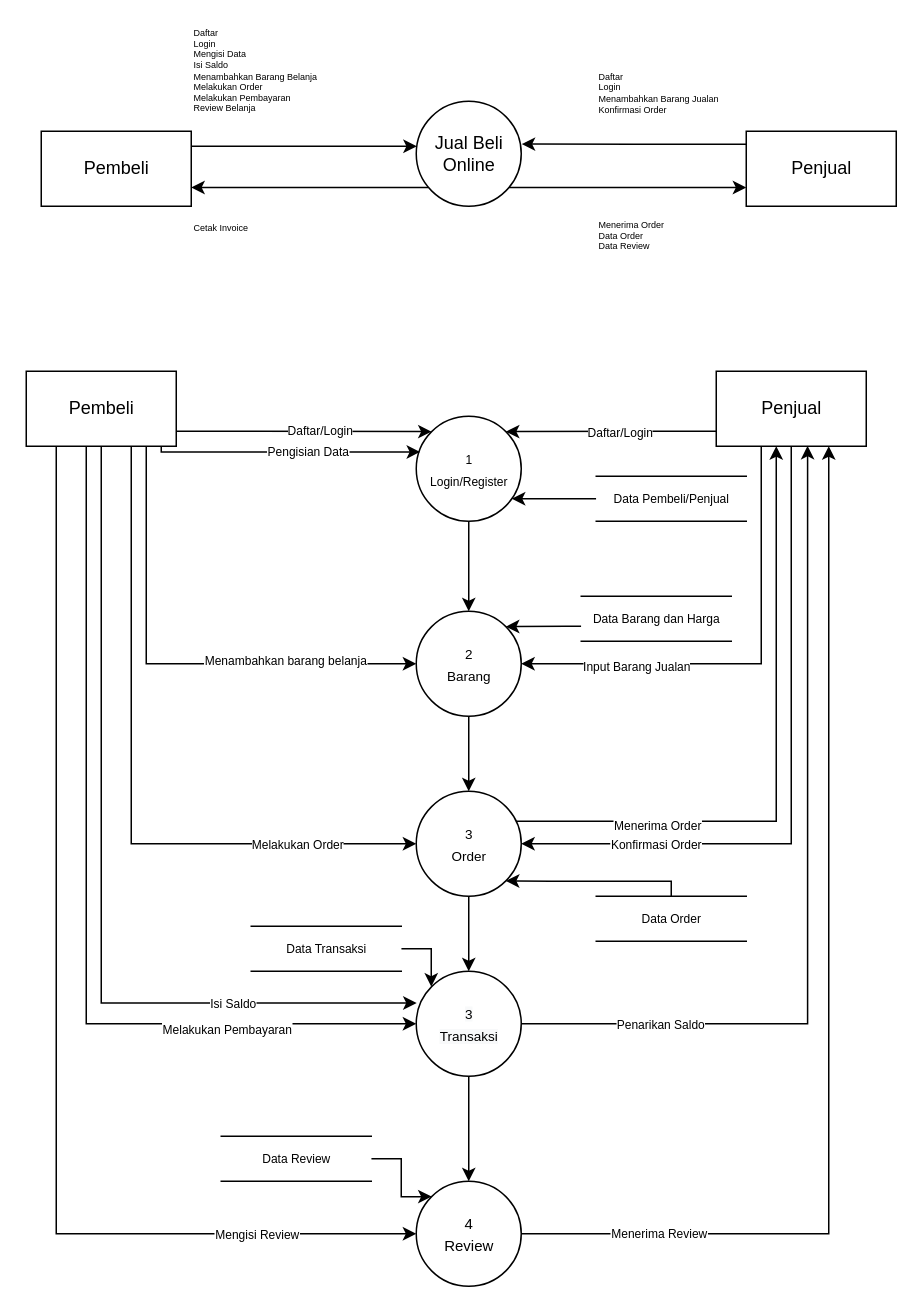
Before: Untitled Diagram.drawio in farrasrayhand/Tugas-Kuliah, a draw.io diagram. Source tidied: cells renumbered, new cells numbered last; positions are measured from the earlier drawing's top-left corner, leaving out a move shared by most shapes. Both pictures are drawn from the tidied source at 150%, with x=0, y=0 at pixel (26, 26).
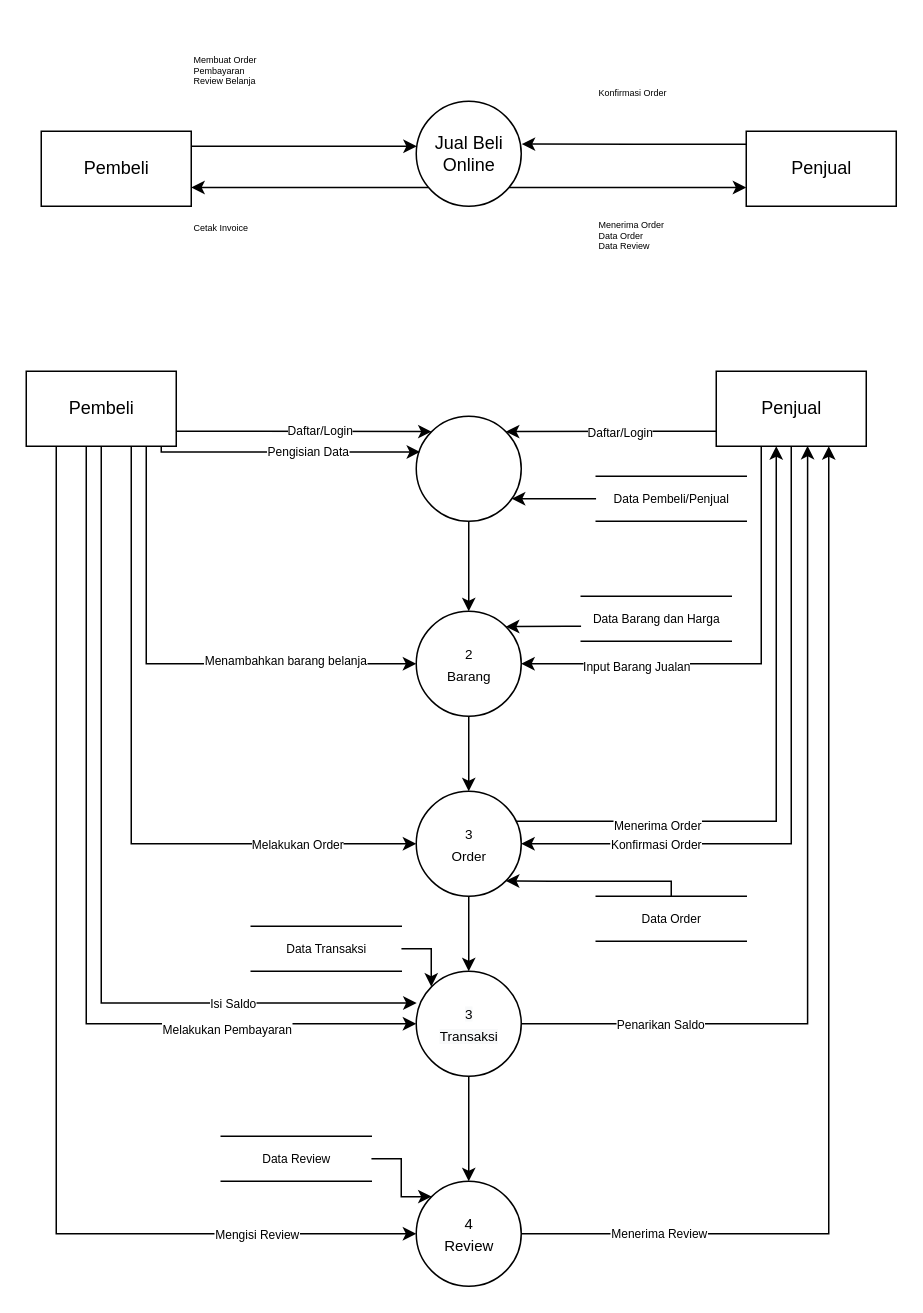
After the change.

What changed in the source:
```diff
@@
-    <mxCell id="9" value="Daftar&lt;br&gt;Login&lt;br&gt;Mengisi Data&lt;br&gt;Isi Saldo&lt;br&gt;Menambahkan Barang Belanja&lt;br&gt;Melakukan Order&lt;br&gt;Melakukan Pembayaran&lt;br&gt;Review Belanja" style="text;html=1;align=left;verticalAlign=middle;strokeColor=none;fillColor=none;fontSize=6;" parent="1" vertex="1">
-      <mxGeometry x="110" width="100" height="60" as="geometry" />
+    <mxCell id="9" value="Membuat Order&lt;br&gt;Pembayaran&lt;br&gt;Review Belanja" style="text;html=1;align=left;verticalAlign=middle;strokeColor=none;fillColor=none;fontSize=6;" parent="1" vertex="1">
+      <mxGeometry x="110" y="15" width="60" height="30" as="geometry" />
     </mxCell>
@@
-    <mxCell id="11" value="Daftar&lt;br&gt;Login&lt;br&gt;Menambahkan Barang Jualan&lt;br&gt;&lt;div&gt;Konfirmasi Order&lt;/div&gt;" style="text;html=1;align=left;verticalAlign=middle;strokeColor=none;fillColor=none;fontSize=6;" parent="1" vertex="1">
-      <mxGeometry x="380" y="30" width="100" height="30" as="geometry" />
+    <mxCell id="11" value="&lt;span&gt;Konfirmasi Order&lt;/span&gt;" style="text;html=1;align=left;verticalAlign=middle;strokeColor=none;fillColor=none;fontSize=6;" parent="1" vertex="1">
+      <mxGeometry x="380" y="40" width="60" height="10" as="geometry" />
     </mxCell>
@@
-    <mxCell id="14" value="&lt;font style=&quot;font-size: 8px&quot;&gt;1&lt;br&gt;Login/Register&lt;/font&gt;" style="shape=ellipse;html=1;dashed=0;whitespace=wrap;perimeter=ellipsePerimeter;" parent="1" vertex="1">
+    <mxCell id="14" style="shape=ellipse;html=1;dashed=0;whitespace=wrap;perimeter=ellipsePerimeter;" parent="1" vertex="1">
       <mxGeometry x="260" y="260" width="70" height="70" as="geometry" />
     </mxCell>
```
